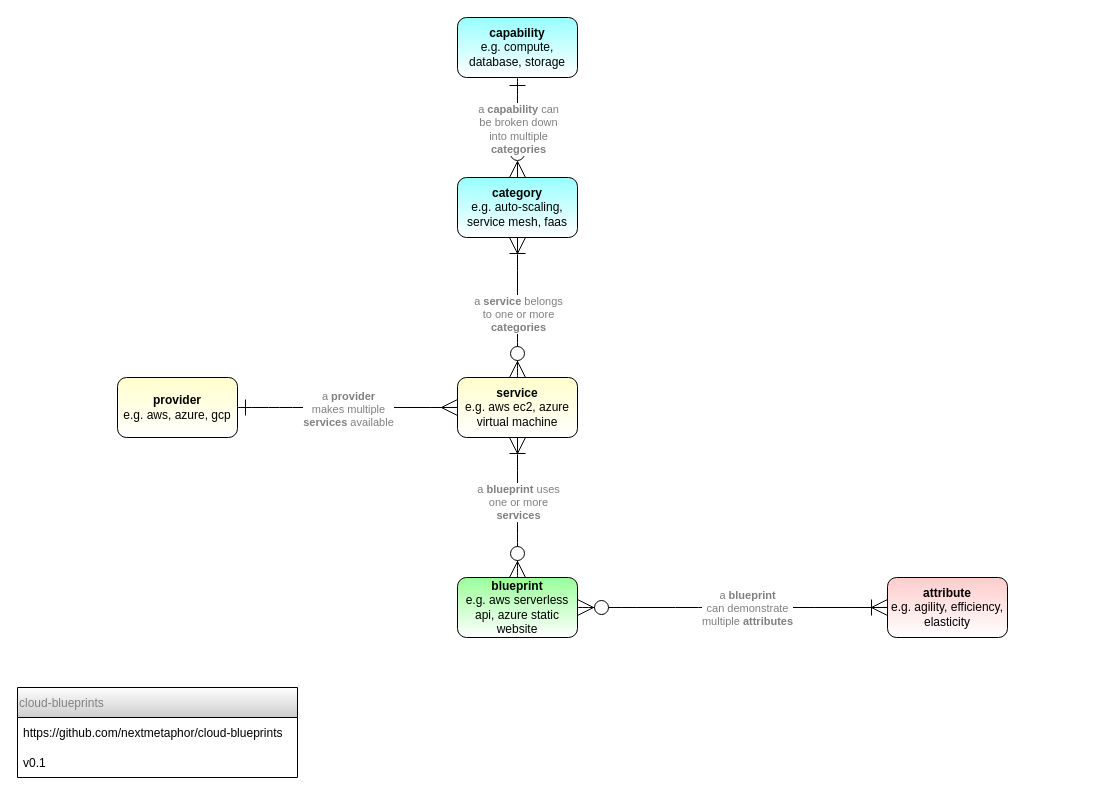
Before: cloud-blueprints.drawio in nextmetaphor/cloud-blueprints, a draw.io diagram. Source tidied: cells renumbered, new cells numbered last; positions are measured from the earlier drawing's top-left corner, leaving out a move shared by most shapes. Both pictures are drawn from the tidied source at 100%, with x=0, y=0 at pixel (17, 17).
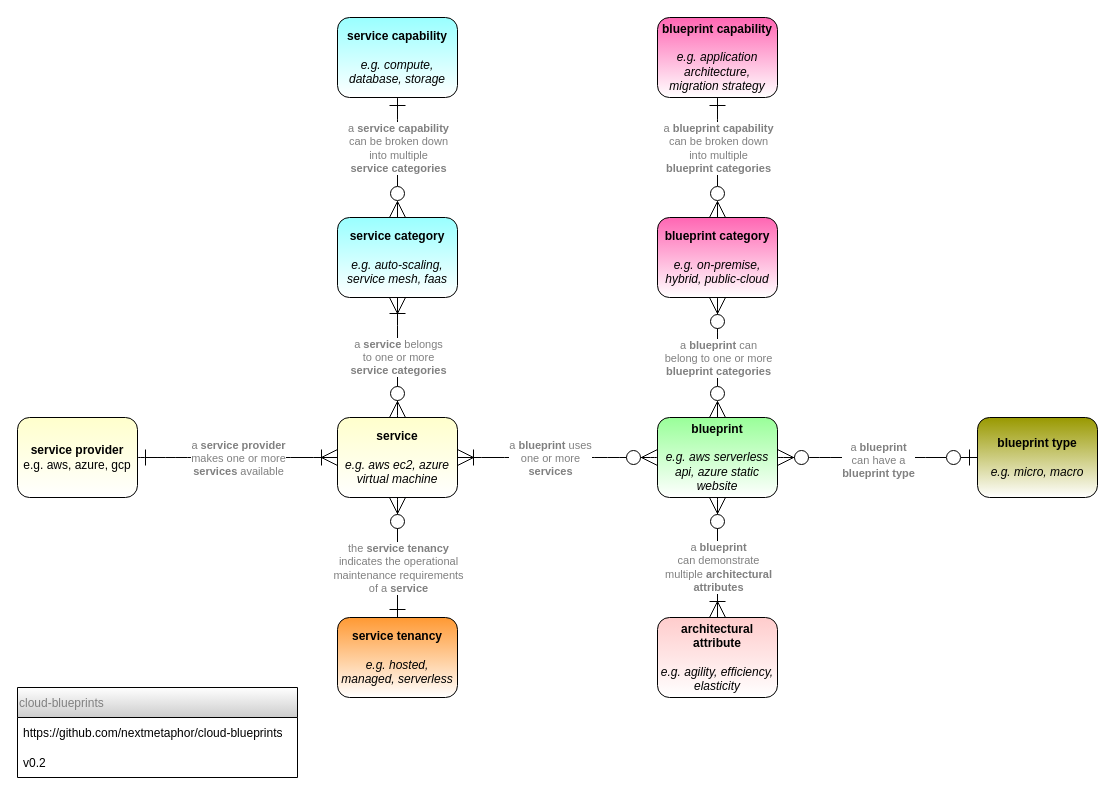
The same diagram, later.

The change refers to these unchanged cells:
```xml
<mxCell id="3" style="edgeStyle=none;curved=1;rounded=0;jettySize=auto;html=1;exitX=0.5;exitY=1;exitDx=0;exitDy=0;entryX=0.5;entryY=0;entryDx=0;entryDy=0;endArrow=ERzeroToMany;startSize=14;endSize=14;sourcePerimeterSpacing=8;targetPerimeterSpacing=8;strokeColor=default;endFill=0;startArrow=ERone;startFill=0;" parent="1" edge="1" source="5" target="6">
  <mxGeometry relative="1" as="geometry" />
</mxCell>
<mxCell id="10" style="edgeStyle=none;curved=1;rounded=0;jettySize=auto;html=1;exitX=0.5;exitY=0;exitDx=0;exitDy=0;entryX=0.5;entryY=1;entryDx=0;entryDy=0;startArrow=ERzeroToMany;startFill=1;endArrow=ERoneToMany;endFill=0;startSize=14;endSize=14;sourcePerimeterSpacing=8;targetPerimeterSpacing=8;strokeColor=default;" parent="1" edge="1" source="12" target="6">
  <mxGeometry relative="1" as="geometry" />
</mxCell>
<mxCell id="18" value="cloud-blueprints" style="swimlane;fontStyle=0;horizontal=1;startSize=30;hachureGap=4;fontColor=#808080;gradientDirection=south;align=left;gradientColor=#CCCCCC;" parent="1" vertex="1">
  <mxGeometry y="670" width="280" height="90" as="geometry" />
</mxCell>
```

The edit, as a diff of the source:
```diff
@@
-    <mxCell id="2" value="&lt;b&gt;attribute&lt;/b&gt;&lt;br&gt;e.g. agility, efficiency, elasticity" style="rounded=1;whiteSpace=wrap;html=1;hachureGap=4;gradientDirection=north;gradientColor=#FFCCCC;" parent="1" vertex="1">
-      <mxGeometry x="870" y="560" width="120" height="60" as="geometry" />
+    <mxCell id="2" value="&lt;b&gt;architectural attribute&lt;/b&gt;&lt;br&gt;&lt;br&gt;&lt;i&gt;e.g. agility, efficiency, elasticity&lt;/i&gt;" style="rounded=1;whiteSpace=wrap;html=1;hachureGap=4;gradientDirection=north;gradientColor=#FFCCCC;" parent="1" vertex="1">
+      <mxGeometry x="640" y="600" width="120" height="80" as="geometry" />
     </mxCell>
@@
-    <mxCell id="4" value="&lt;span style=&quot;text-align: right&quot;&gt;a&amp;nbsp;&lt;/span&gt;&lt;b style=&quot;text-align: right&quot;&gt;capability&lt;/b&gt;&lt;span style=&quot;text-align: right&quot;&gt;&amp;nbsp;can&lt;/span&gt;&lt;br style=&quot;text-align: right&quot;&gt;&lt;span style=&quot;text-align: right&quot;&gt;be broken down&lt;/span&gt;&lt;br style=&quot;text-align: right&quot;&gt;&lt;span style=&quot;text-align: right&quot;&gt;into multiple&lt;/span&gt;&lt;br style=&quot;text-align: right&quot;&gt;&lt;b style=&quot;text-align: right&quot;&gt;categories&lt;/b&gt;" style="edgeLabel;html=1;align=center;verticalAlign=middle;fontColor=#808080;" parent="3" vertex="1">
-      <mxGeometry x="0.01" relative="1" as="geometry" />
+    <mxCell id="4" value="&lt;span style=&quot;text-align: right&quot;&gt;a &lt;b&gt;service&amp;nbsp;&lt;/b&gt;&lt;/span&gt;&lt;span style=&quot;text-align: right&quot;&gt;&lt;b&gt;capability&lt;br&gt;&lt;/b&gt;&lt;/span&gt;&lt;span style=&quot;text-align: right&quot;&gt;can&amp;nbsp;&lt;/span&gt;&lt;span style=&quot;text-align: right&quot;&gt;be broken down&lt;/span&gt;&lt;br style=&quot;text-align: right&quot;&gt;&lt;span style=&quot;text-align: right&quot;&gt;into multiple&lt;br&gt;&lt;/span&gt;&lt;b style=&quot;text-align: right&quot;&gt;service categories&lt;/b&gt;" style="edgeLabel;html=1;align=center;verticalAlign=middle;fontColor=#808080;" parent="3" vertex="1">
+      <mxGeometry x="0.01" relative="1" as="geometry">
+        <mxPoint y="-11" as="offset" />
+      </mxGeometry>
     </mxCell>
-    <mxCell id="5" value="&lt;b&gt;capability&lt;/b&gt;&lt;br&gt;e.g. compute, database, storage" style="rounded=1;whiteSpace=wrap;html=1;hachureGap=4;gradientDirection=north;gradientColor=#99FFFF;" parent="1" vertex="1">
-      <mxGeometry x="440" width="120" height="60" as="geometry" />
+    <mxCell id="5" value="&lt;b&gt;service capability&lt;br&gt;&lt;/b&gt;&lt;br&gt;&lt;i&gt;e.g. compute, database, storage&lt;/i&gt;" style="rounded=1;whiteSpace=wrap;html=1;hachureGap=4;gradientDirection=north;gradientColor=#99FFFF;" parent="1" vertex="1">
+      <mxGeometry x="320" width="120" height="80" as="geometry" />
     </mxCell>
-    <mxCell id="6" value="&lt;b&gt;category&lt;/b&gt;&lt;br&gt;e.g. auto-scaling, service mesh, faas" style="rounded=1;whiteSpace=wrap;html=1;hachureGap=4;gradientDirection=north;gradientColor=#99FFFF;" parent="1" vertex="1">
-      <mxGeometry x="440" y="160" width="120" height="60" as="geometry" />
+    <mxCell id="6" value="&lt;b&gt;service category&lt;br&gt;&lt;/b&gt;&lt;br&gt;&lt;i&gt;e.g. auto-scaling, service mesh, faas&lt;/i&gt;" style="rounded=1;whiteSpace=wrap;html=1;hachureGap=4;gradientDirection=north;gradientColor=#99FFFF;" parent="1" vertex="1">
+      <mxGeometry x="320" y="200" width="120" height="80" as="geometry" />
     </mxCell>
-    <mxCell id="7" style="edgeStyle=none;curved=1;rounded=0;jettySize=auto;html=1;exitX=1;exitY=0.5;exitDx=0;exitDy=0;entryX=0;entryY=0.5;entryDx=0;entryDy=0;fontColor=#808080;startArrow=ERone;startFill=0;endArrow=ERmany;endFill=0;startSize=14;endSize=14;sourcePerimeterSpacing=8;targetPerimeterSpacing=8;strokeColor=default;" parent="1" edge="1" source="9" target="12">
+    <mxCell id="7" style="edgeStyle=none;curved=1;rounded=0;jettySize=auto;html=1;exitX=1;exitY=0.5;exitDx=0;exitDy=0;entryX=0;entryY=0.5;entryDx=0;entryDy=0;fontColor=#808080;startArrow=ERone;startFill=0;endArrow=ERoneToMany;endFill=0;startSize=14;endSize=14;sourcePerimeterSpacing=8;targetPerimeterSpacing=8;strokeColor=default;" parent="1" edge="1" source="9" target="12">
       <mxGeometry relative="1" as="geometry" />
     </mxCell>
-    <mxCell id="8" value="&lt;span style=&quot;text-align: left&quot;&gt;a&amp;nbsp;&lt;/span&gt;&lt;b style=&quot;text-align: left&quot;&gt;provider&lt;br&gt;&lt;/b&gt;&lt;span style=&quot;text-align: left&quot;&gt;makes multiple&lt;/span&gt;&lt;br style=&quot;text-align: left&quot;&gt;&lt;b style=&quot;text-align: left&quot;&gt;services&amp;nbsp;&lt;/b&gt;&lt;span style=&quot;text-align: left&quot;&gt;available&lt;/span&gt;" style="edgeLabel;html=1;align=center;verticalAlign=middle;fontColor=#808080;" parent="7" vertex="1">
-      <mxGeometry y="-1" relative="1" as="geometry" />
+    <mxCell id="8" value="&lt;span style=&quot;text-align: left&quot;&gt;a &lt;b&gt;service&amp;nbsp;&lt;/b&gt;&lt;/span&gt;&lt;b style=&quot;text-align: left&quot;&gt;provider&lt;br&gt;&lt;/b&gt;&lt;span style=&quot;text-align: left&quot;&gt;makes one or more&lt;/span&gt;&lt;br style=&quot;text-align: left&quot;&gt;&lt;b style=&quot;text-align: left&quot;&gt;services&amp;nbsp;&lt;/b&gt;&lt;span style=&quot;text-align: left&quot;&gt;available&lt;/span&gt;" style="edgeLabel;html=1;align=center;verticalAlign=middle;fontColor=#808080;" parent="7" vertex="1">
+      <mxGeometry y="-1" relative="1" as="geometry">
+        <mxPoint y="-1" as="offset" />
+      </mxGeometry>
     </mxCell>
-    <mxCell id="9" value="&lt;b&gt;provider&lt;/b&gt;&lt;br&gt;e.g. aws, azure, gcp" style="rounded=1;whiteSpace=wrap;html=1;hachureGap=4;gradientDirection=north;gradientColor=#FFFFCC;" parent="1" vertex="1">
-      <mxGeometry x="100" y="360" width="120" height="60" as="geometry" />
+    <mxCell id="9" value="&lt;b&gt;service provider&lt;/b&gt;&lt;br&gt;e.g. aws, azure, gcp" style="rounded=1;whiteSpace=wrap;html=1;hachureGap=4;gradientDirection=north;gradientColor=#FFFFCC;" parent="1" vertex="1">
+      <mxGeometry y="400" width="120" height="80" as="geometry" />
     </mxCell>
@@
-    <mxCell id="11" value="&lt;span style=&quot;text-align: left&quot;&gt;a&amp;nbsp;&lt;/span&gt;&lt;b style=&quot;text-align: left&quot;&gt;service&lt;/b&gt;&lt;span style=&quot;text-align: left&quot;&gt;&amp;nbsp;belongs&lt;/span&gt;&lt;br style=&quot;text-align: left&quot;&gt;&lt;span style=&quot;text-align: left&quot;&gt;to one or more&lt;/span&gt;&lt;br style=&quot;text-align: left&quot;&gt;&lt;b style=&quot;text-align: left&quot;&gt;categories&lt;/b&gt;" style="edgeLabel;html=1;align=center;verticalAlign=middle;fontColor=#808080;" parent="10" vertex="1">
-      <mxGeometry x="-0.09" relative="1" as="geometry" />
+    <mxCell id="11" value="&lt;span style=&quot;text-align: left&quot;&gt;a&amp;nbsp;&lt;/span&gt;&lt;b style=&quot;text-align: left&quot;&gt;service&lt;/b&gt;&lt;span style=&quot;text-align: left&quot;&gt;&amp;nbsp;belongs&lt;/span&gt;&lt;br style=&quot;text-align: left&quot;&gt;&lt;span style=&quot;text-align: left&quot;&gt;to one or more&lt;/span&gt;&lt;br style=&quot;text-align: left&quot;&gt;&lt;b style=&quot;text-align: left&quot;&gt;service categories&lt;/b&gt;" style="edgeLabel;html=1;align=center;verticalAlign=middle;fontColor=#808080;" parent="10" vertex="1">
+      <mxGeometry x="-0.09" relative="1" as="geometry">
+        <mxPoint y="-6" as="offset" />
+      </mxGeometry>
     </mxCell>
+    <mxCell id="21" style="edgeStyle=none;curved=1;rounded=0;jettySize=auto;html=1;exitX=0.5;exitY=1;exitDx=0;exitDy=0;entryX=0.5;entryY=0;entryDx=0;entryDy=0;endArrow=ERone;endFill=0;startSize=14;endSize=14;sourcePerimeterSpacing=8;targetPerimeterSpacing=8;startArrow=ERzeroToMany;startFill=1;" parent="1" edge="1" source="12" target="32">
+      <mxGeometry relative="1" as="geometry" />
+    </mxCell>
+    <mxCell id="22" value="&lt;span style=&quot;color: rgb(128 , 128 , 128) ; text-align: left&quot;&gt;the&amp;nbsp;&lt;b&gt;service&amp;nbsp;&lt;/b&gt;&lt;/span&gt;&lt;b style=&quot;color: rgb(128 , 128 , 128) ; text-align: left&quot;&gt;tenancy&lt;br&gt;&lt;/b&gt;&lt;span style=&quot;color: rgb(128 , 128 , 128) ; text-align: left&quot;&gt;indicates the operational&lt;br&gt;maintenance requirements&lt;br&gt;&lt;/span&gt;&lt;span style=&quot;color: rgb(128 , 128 , 128) ; text-align: left&quot;&gt;of a &lt;/span&gt;&lt;b style=&quot;color: rgb(128 , 128 , 128) ; text-align: left&quot;&gt;service&lt;/b&gt;" style="edgeLabel;html=1;align=center;verticalAlign=middle;" parent="21" vertex="1">
+      <mxGeometry x="0.29" y="1" relative="1" as="geometry">
+        <mxPoint x="-1" y="-7" as="offset" />
+      </mxGeometry>
+    </mxCell>
-    <mxCell id="12" value="&lt;b&gt;service&lt;/b&gt;&lt;br&gt;e.g. aws ec2, azure virtual machine" style="rounded=1;whiteSpace=wrap;html=1;hachureGap=4;gradientDirection=north;gradientColor=#FFFFCC;" parent="1" vertex="1">
-      <mxGeometry x="440" y="360" width="120" height="60" as="geometry" />
+    <mxCell id="12" value="&lt;b&gt;service&lt;/b&gt;&lt;br&gt;&lt;br&gt;&lt;i&gt;e.g. aws ec2, azure virtual machine&lt;/i&gt;" style="rounded=1;whiteSpace=wrap;html=1;hachureGap=4;gradientDirection=north;gradientColor=#FFFFCC;" parent="1" vertex="1">
+      <mxGeometry x="320" y="400" width="120" height="80" as="geometry" />
     </mxCell>
-    <mxCell id="13" style="edgeStyle=none;curved=1;rounded=0;jettySize=auto;html=1;exitX=0.5;exitY=0;exitDx=0;exitDy=0;entryX=0.5;entryY=1;entryDx=0;entryDy=0;fontColor=#808080;startArrow=ERzeroToMany;startFill=1;endArrow=ERoneToMany;endFill=0;startSize=14;endSize=14;sourcePerimeterSpacing=8;targetPerimeterSpacing=8;strokeColor=default;" parent="1" edge="1" source="17" target="12">
+    <mxCell id="13" style="edgeStyle=none;curved=1;rounded=0;jettySize=auto;html=1;exitX=0;exitY=0.5;exitDx=0;exitDy=0;entryX=1;entryY=0.5;entryDx=0;entryDy=0;fontColor=#808080;startArrow=ERzeroToMany;startFill=1;endArrow=ERoneToMany;endFill=0;startSize=14;endSize=14;sourcePerimeterSpacing=8;targetPerimeterSpacing=8;strokeColor=default;" parent="1" edge="1" source="17" target="12">
       <mxGeometry relative="1" as="geometry" />
     </mxCell>
@@
-    <mxCell id="15" style="edgeStyle=none;curved=1;rounded=0;jettySize=auto;html=1;exitX=1;exitY=0.5;exitDx=0;exitDy=0;entryX=0;entryY=0.5;entryDx=0;entryDy=0;fontColor=#808080;startArrow=ERzeroToMany;startFill=1;endArrow=ERoneToMany;endFill=0;startSize=14;endSize=14;sourcePerimeterSpacing=8;targetPerimeterSpacing=8;strokeColor=default;" parent="1" edge="1" source="17" target="2">
+    <mxCell id="15" style="edgeStyle=none;curved=1;rounded=0;jettySize=auto;html=1;exitX=0.5;exitY=1;exitDx=0;exitDy=0;entryX=0.5;entryY=0;entryDx=0;entryDy=0;fontColor=#808080;startArrow=ERzeroToMany;startFill=1;endArrow=ERoneToMany;endFill=0;startSize=14;endSize=14;sourcePerimeterSpacing=8;targetPerimeterSpacing=8;strokeColor=default;" parent="1" edge="1" source="17" target="2">
       <mxGeometry relative="1" as="geometry" />
     </mxCell>
-    <mxCell id="16" value="&lt;span style=&quot;text-align: left&quot;&gt;a&amp;nbsp;&lt;/span&gt;&lt;b style=&quot;text-align: left&quot;&gt;blueprint&lt;br&gt;&lt;/b&gt;&lt;span style=&quot;text-align: left&quot;&gt;can demonstrate&lt;br&gt;&lt;/span&gt;multiple&amp;nbsp;&lt;b style=&quot;text-align: left&quot;&gt;attributes&lt;/b&gt;" style="edgeLabel;html=1;align=center;verticalAlign=middle;fontColor=#808080;" parent="15" vertex="1">
-      <mxGeometry x="0.09" relative="1" as="geometry" />
+    <mxCell id="16" value="&lt;span style=&quot;text-align: left&quot;&gt;a&amp;nbsp;&lt;/span&gt;&lt;b style=&quot;text-align: left&quot;&gt;blueprint&lt;br&gt;&lt;/b&gt;&lt;span style=&quot;text-align: left&quot;&gt;can demonstrate&lt;br&gt;&lt;/span&gt;multiple &lt;b&gt;architectural&lt;/b&gt;&lt;br&gt;&lt;div style=&quot;text-align: center&quot;&gt;&lt;b style=&quot;text-align: left&quot;&gt;attributes&lt;/b&gt;&lt;/div&gt;" style="edgeLabel;html=1;align=center;verticalAlign=middle;fontColor=#808080;" parent="15" vertex="1">
+      <mxGeometry x="0.09" relative="1" as="geometry">
+        <mxPoint y="4" as="offset" />
+      </mxGeometry>
     </mxCell>
+    <mxCell id="23" style="edgeStyle=none;curved=1;rounded=0;jettySize=auto;html=1;exitX=1;exitY=0.5;exitDx=0;exitDy=0;entryX=0;entryY=0.5;entryDx=0;entryDy=0;startArrow=ERzeroToMany;startFill=1;endArrow=ERzeroToOne;endFill=0;startSize=14;endSize=14;sourcePerimeterSpacing=8;targetPerimeterSpacing=8;" parent="1" edge="1" source="17" target="31">
+      <mxGeometry relative="1" as="geometry" />
+    </mxCell>
+    <mxCell id="24" value="&lt;span style=&quot;color: rgb(128 , 128 , 128)&quot;&gt;a&amp;nbsp;&lt;/span&gt;&lt;b style=&quot;color: rgb(128 , 128 , 128)&quot;&gt;blueprint&lt;br&gt;&lt;/b&gt;&lt;span style=&quot;color: rgb(128 , 128 , 128)&quot;&gt;can&amp;nbsp;&lt;/span&gt;&lt;span style=&quot;color: rgb(128 , 128 , 128)&quot;&gt;have a&lt;br&gt;&lt;b&gt;blueprint&amp;nbsp;&lt;/b&gt;&lt;/span&gt;&lt;b style=&quot;color: rgb(128 , 128 , 128)&quot;&gt;type&lt;/b&gt;&lt;span style=&quot;color: rgb(128 , 128 , 128)&quot;&gt;&lt;b&gt;&lt;br&gt;&lt;/b&gt;&lt;/span&gt;" style="edgeLabel;html=1;align=center;verticalAlign=middle;" parent="23" vertex="1">
+      <mxGeometry y="-2" relative="1" as="geometry" />
+    </mxCell>
-    <mxCell id="17" value="&lt;b&gt;blueprint&lt;/b&gt;&lt;br&gt;e.g. aws serverless api, azure static website" style="rounded=1;whiteSpace=wrap;html=1;hachureGap=4;gradientDirection=north;gradientColor=#99FF99;" parent="1" vertex="1">
-      <mxGeometry x="440" y="560" width="120" height="60" as="geometry" />
+    <mxCell id="17" value="&lt;b&gt;blueprint&lt;/b&gt;&lt;br&gt;&lt;br&gt;&lt;i&gt;e.g. aws serverless api, azure static website&lt;/i&gt;" style="rounded=1;whiteSpace=wrap;html=1;hachureGap=4;gradientDirection=north;gradientColor=#99FF99;" parent="1" vertex="1">
+      <mxGeometry x="640" y="400" width="120" height="80" as="geometry" />
     </mxCell>
@@
-    <mxCell id="20" value="v0.1" style="text;strokeColor=none;fillColor=none;align=left;verticalAlign=middle;spacingLeft=4;spacingRight=4;overflow=hidden;" parent="18" vertex="1">
+    <mxCell id="20" value="v0.2" style="text;strokeColor=none;fillColor=none;align=left;verticalAlign=middle;spacingLeft=4;spacingRight=4;overflow=hidden;" parent="18" vertex="1">
       <mxGeometry y="60" width="280" height="30" as="geometry" />
     </mxCell>
+    <mxCell id="25" style="edgeStyle=none;curved=1;rounded=0;jettySize=auto;html=1;exitX=0.5;exitY=1;exitDx=0;exitDy=0;entryX=0.5;entryY=0;entryDx=0;entryDy=0;endArrow=ERzeroToMany;startSize=14;endSize=14;sourcePerimeterSpacing=8;targetPerimeterSpacing=8;endFill=0;startArrow=ERone;startFill=0;" parent="1" edge="1" source="27" target="30">
+      <mxGeometry relative="1" as="geometry" />
+    </mxCell>
+    <mxCell id="26" value="&lt;span style=&quot;color: rgb(128 , 128 , 128) ; text-align: right&quot;&gt;a&amp;nbsp;&lt;b&gt;blueprint&amp;nbsp;&lt;/b&gt;&lt;/span&gt;&lt;span style=&quot;color: rgb(128 , 128 , 128) ; text-align: right&quot;&gt;&lt;b&gt;capability&lt;br&gt;&lt;/b&gt;&lt;/span&gt;&lt;span style=&quot;color: rgb(128 , 128 , 128) ; text-align: right&quot;&gt;can&amp;nbsp;&lt;/span&gt;&lt;span style=&quot;color: rgb(128 , 128 , 128) ; text-align: right&quot;&gt;be broken down&lt;/span&gt;&lt;br style=&quot;color: rgb(128 , 128 , 128) ; text-align: right&quot;&gt;&lt;span style=&quot;color: rgb(128 , 128 , 128) ; text-align: right&quot;&gt;into multiple&lt;br&gt;&lt;/span&gt;&lt;b style=&quot;color: rgb(128 , 128 , 128) ; text-align: right&quot;&gt;blueprint categories&lt;/b&gt;" style="edgeLabel;html=1;align=center;verticalAlign=middle;" parent="25" vertex="1">
+      <mxGeometry x="-0.16" y="1" relative="1" as="geometry">
+        <mxPoint x="-1" as="offset" />
+      </mxGeometry>
+    </mxCell>
+    <mxCell id="27" value="&lt;b&gt;blueprint capability&lt;br&gt;&lt;/b&gt;&lt;br&gt;&lt;i&gt;e.g. application architecture, migration strategy&lt;/i&gt;" style="rounded=1;whiteSpace=wrap;html=1;hachureGap=4;gradientDirection=north;gradientColor=#FF66B3;" parent="1" vertex="1">
+      <mxGeometry x="640" width="120" height="80" as="geometry" />
+    </mxCell>
+    <mxCell id="28" style="edgeStyle=none;curved=1;rounded=0;jettySize=auto;html=1;exitX=0.5;exitY=1;exitDx=0;exitDy=0;entryX=0.5;entryY=0;entryDx=0;entryDy=0;startArrow=ERzeroToMany;startFill=1;endArrow=ERzeroToMany;endFill=0;startSize=14;endSize=14;sourcePerimeterSpacing=8;targetPerimeterSpacing=8;" parent="1" edge="1" source="30" target="17">
+      <mxGeometry relative="1" as="geometry" />
+    </mxCell>
+    <mxCell id="29" value="&lt;span style=&quot;color: rgb(128 , 128 , 128) ; text-align: left&quot;&gt;a&amp;nbsp;&lt;/span&gt;&lt;b style=&quot;color: rgb(128 , 128 , 128) ; text-align: left&quot;&gt;blueprint&lt;/b&gt;&lt;span style=&quot;color: rgb(128 , 128 , 128) ; text-align: left&quot;&gt;&amp;nbsp;can&lt;br&gt;belong&amp;nbsp;&lt;/span&gt;&lt;span style=&quot;color: rgb(128 , 128 , 128) ; text-align: left&quot;&gt;to one or more&lt;/span&gt;&lt;br style=&quot;color: rgb(128 , 128 , 128) ; text-align: left&quot;&gt;&lt;b style=&quot;color: rgb(128 , 128 , 128) ; text-align: left&quot;&gt;blueprint categories&lt;/b&gt;" style="edgeLabel;html=1;align=center;verticalAlign=middle;" parent="28" vertex="1">
+      <mxGeometry x="0.03" y="2" relative="1" as="geometry">
+        <mxPoint x="-2" y="-2" as="offset" />
+      </mxGeometry>
+    </mxCell>
+    <mxCell id="30" value="&lt;b&gt;blueprint category&lt;br&gt;&lt;/b&gt;&lt;br&gt;&lt;i&gt;e.g. on-premise, hybrid, public-cloud&lt;/i&gt;" style="rounded=1;whiteSpace=wrap;html=1;hachureGap=4;gradientDirection=north;gradientColor=#FF66B3;" parent="1" vertex="1">
+      <mxGeometry x="640" y="200" width="120" height="80" as="geometry" />
+    </mxCell>
+    <mxCell id="31" value="&lt;b&gt;blueprint type&lt;/b&gt;&lt;br&gt;&lt;br&gt;&lt;i&gt;e.g. micro, macro&lt;/i&gt;" style="rounded=1;whiteSpace=wrap;html=1;hachureGap=4;gradientDirection=north;gradientColor=#999900;" parent="1" vertex="1">
+      <mxGeometry x="960" y="400" width="120" height="80" as="geometry" />
+    </mxCell>
+    <mxCell id="32" value="&lt;b&gt;service tenancy&lt;/b&gt;&lt;br&gt;&lt;br&gt;&lt;i&gt;e.g. hosted, managed, serverless&lt;/i&gt;" style="rounded=1;whiteSpace=wrap;html=1;hachureGap=4;gradientDirection=north;gradientColor=#FF9933;" parent="1" vertex="1">
+      <mxGeometry x="320" y="600" width="120" height="80" as="geometry" />
+    </mxCell>
```
